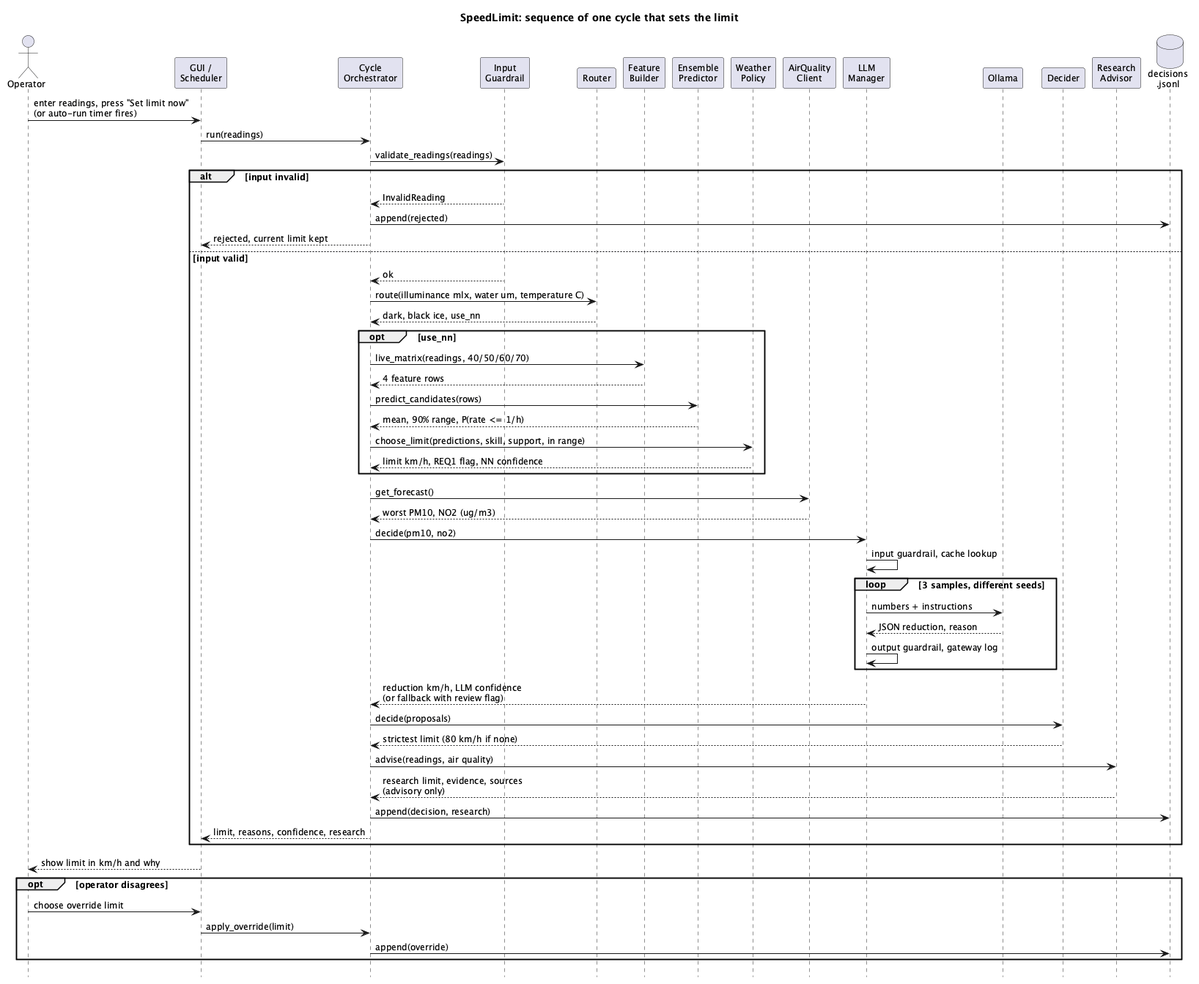
xDGeo/SpeedLimitExampleSEA keeps this PlantUML diagram as docs/uml/06_sequence_set_limit.png. Above is the earlier version. Its diagram source:
```plantuml
@startuml 06_sequence_set_limit
title SpeedLimit: sequence of one cycle that sets the limit
skinparam shadowing false
skinparam defaultFontSize 12
skinparam sequenceMessageAlign left
hide footbox

actor Operator
participant "GUI /\nScheduler" as GUI
participant "Cycle\nOrchestrator" as Cycle
participant "Input\nGuardrail" as Guard
participant Router
participant "Feature\nBuilder" as Features
participant "Ensemble\nPredictor" as NN
participant "Weather\nPolicy" as Weather
participant "AirQuality\nClient" as Air
participant "LLM\nManager" as LLM
participant "Ollama" as Ollama
participant "Decider" as Decider
participant "Research\nAdvisor" as Research
database "decisions\n.jsonl" as Log

Operator -> GUI : enter readings, press "Set limit now"\n(or auto-run timer fires)
GUI -> Cycle : run(readings)
Cycle -> Guard : validate_readings(readings)
alt input invalid
  Guard --> Cycle : InvalidReading
  Cycle -> Log : append(rejected)
  Cycle --> GUI : rejected, current limit kept
else input valid
  Guard --> Cycle : ok
  Cycle -> Router : route(illuminance mlx, water um, temperature C)
  Router --> Cycle : dark, black ice, use_nn
  opt use_nn
    Cycle -> Features : live_matrix(readings, 40/50/60/70)
    Features --> Cycle : 4 feature rows
    Cycle -> NN : predict_candidates(rows)
    NN --> Cycle : mean, 90% range, P(rate <= 1/h)
    Cycle -> Weather : choose_limit(predictions, skill, support, in range)
    Weather --> Cycle : limit km/h, REQ1 flag, NN confidence
  end
  Cycle -> Air : get_forecast()
  Air --> Cycle : worst PM10, NO2 (ug/m3)
  Cycle -> LLM : decide(pm10, no2)
  LLM -> LLM : input guardrail, cache lookup
  loop 3 samples, different seeds
    LLM -> Ollama : numbers + instructions
    Ollama --> LLM : JSON reduction, reason
    LLM -> LLM : output guardrail, gateway log
  end
  LLM --> Cycle : reduction km/h, LLM confidence\n(or fallback with review flag)
  Cycle -> Decider : decide(proposals)
  Decider --> Cycle : strictest limit (80 km/h if none)
  Cycle -> Research : advise(readings, air quality)
  Research --> Cycle : research limit, evidence, sources\n(advisory only)
  Cycle -> Log : append(decision, research)
  Cycle --> GUI : limit, reasons, confidence, research
end
GUI --> Operator : show limit in km/h and why
opt operator disagrees
  Operator -> GUI : choose override limit
  GUI -> Cycle : apply_override(limit)
  Cycle -> Log : append(override)
end
@enduml
```
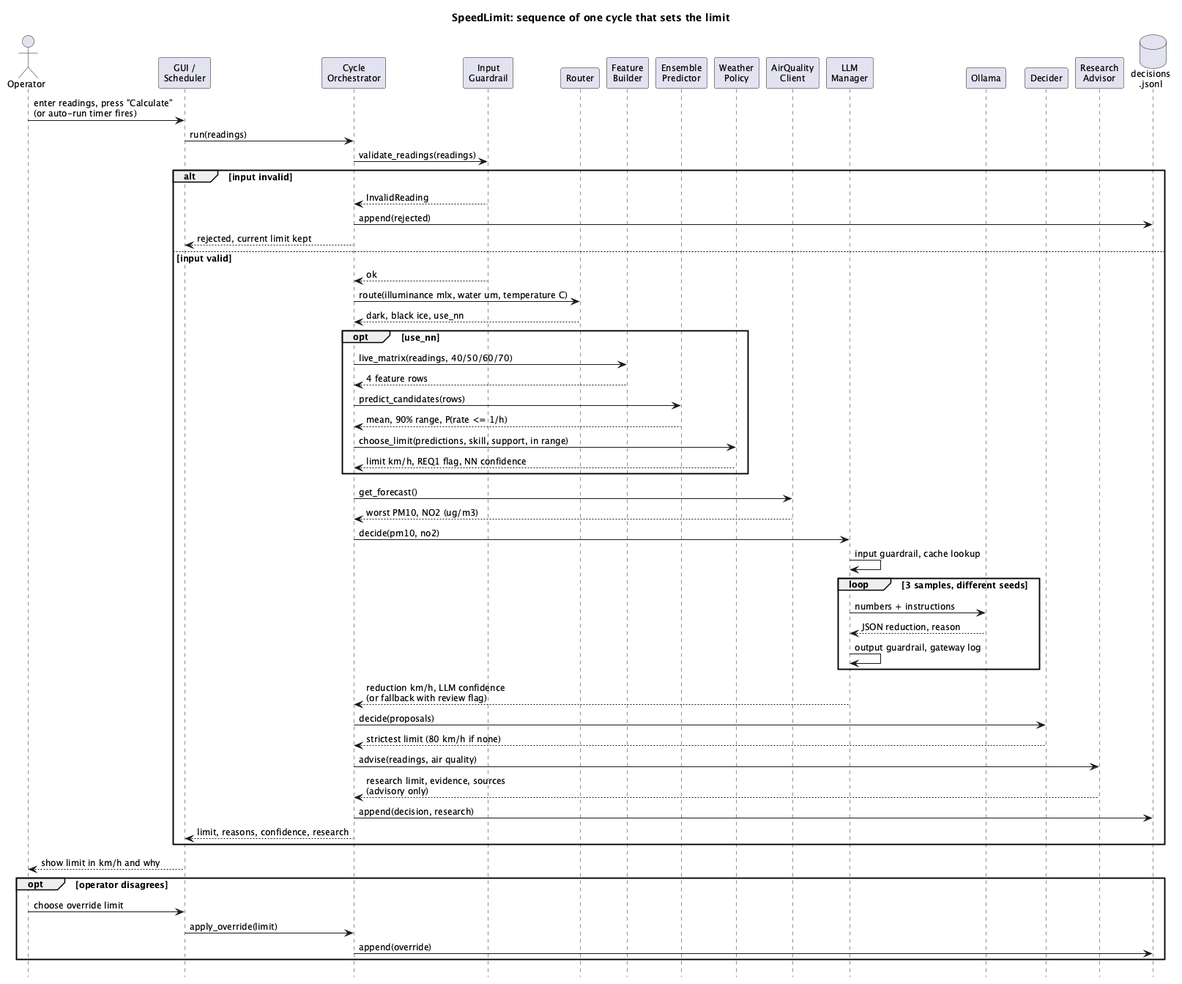
After the change.

What changed in the source:
```diff
@@ -20,7 +20,7 @@
 participant "Research\nAdvisor" as Research
 database "decisions\n.jsonl" as Log
 
-Operator -> GUI : enter readings, press "Set limit now"\n(or auto-run timer fires)
+Operator -> GUI : enter readings, press "Calculate"\n(or auto-run timer fires)
 GUI -> Cycle : run(readings)
 Cycle -> Guard : validate_readings(readings)
 alt input invalid
```
